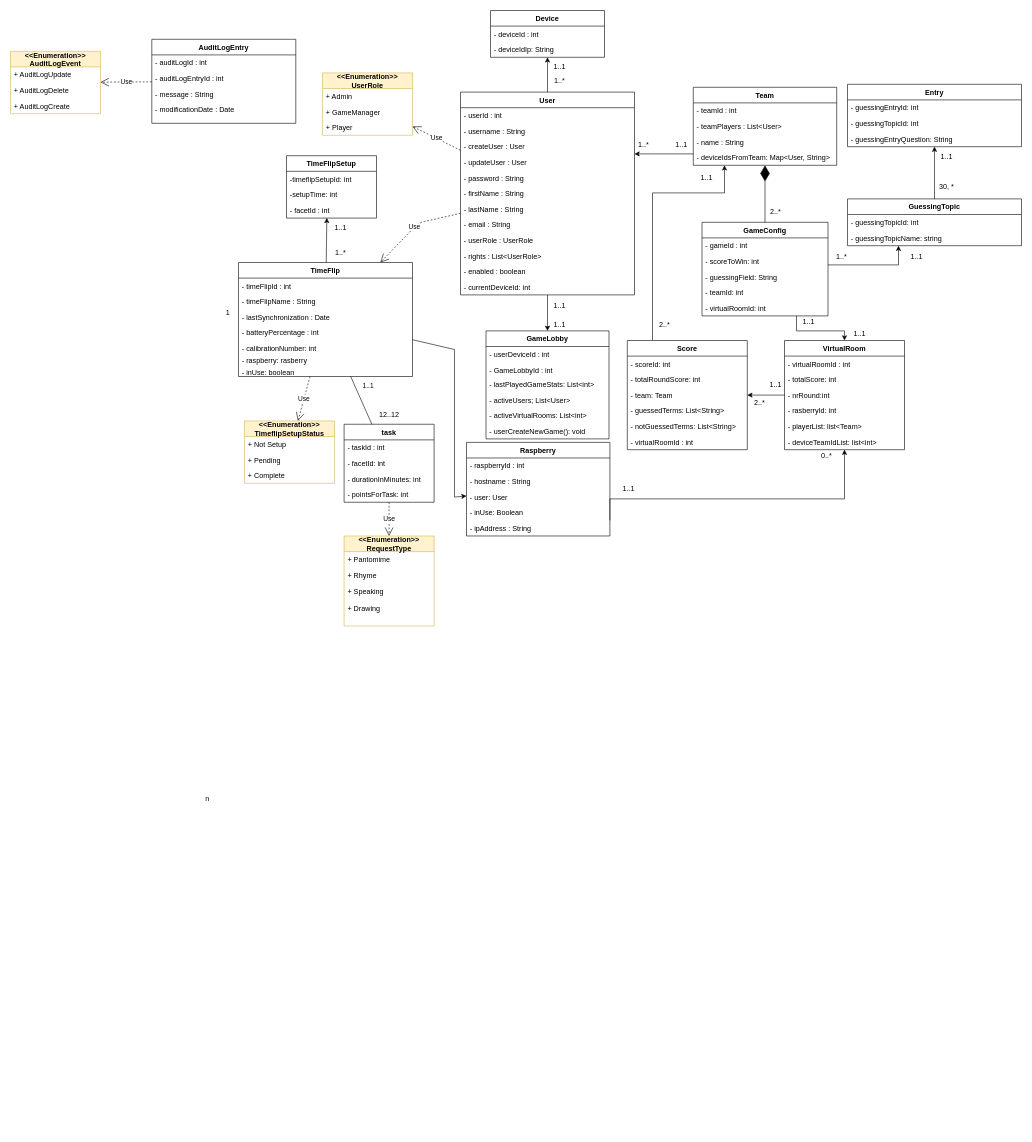
Before: documents/softwarekonzept/ClassDiagram/classDiagramF.drawio in merasz/softwareEngineeringProject, a draw.io diagram. Source tidied: cells renumbered, new cells numbered last; positions are measured from the earlier drawing's top-left corner, leaving out a move shared by most shapes. Both pictures are drawn from the tidied source at 60%, with x=0, y=0 at pixel (10, 10).
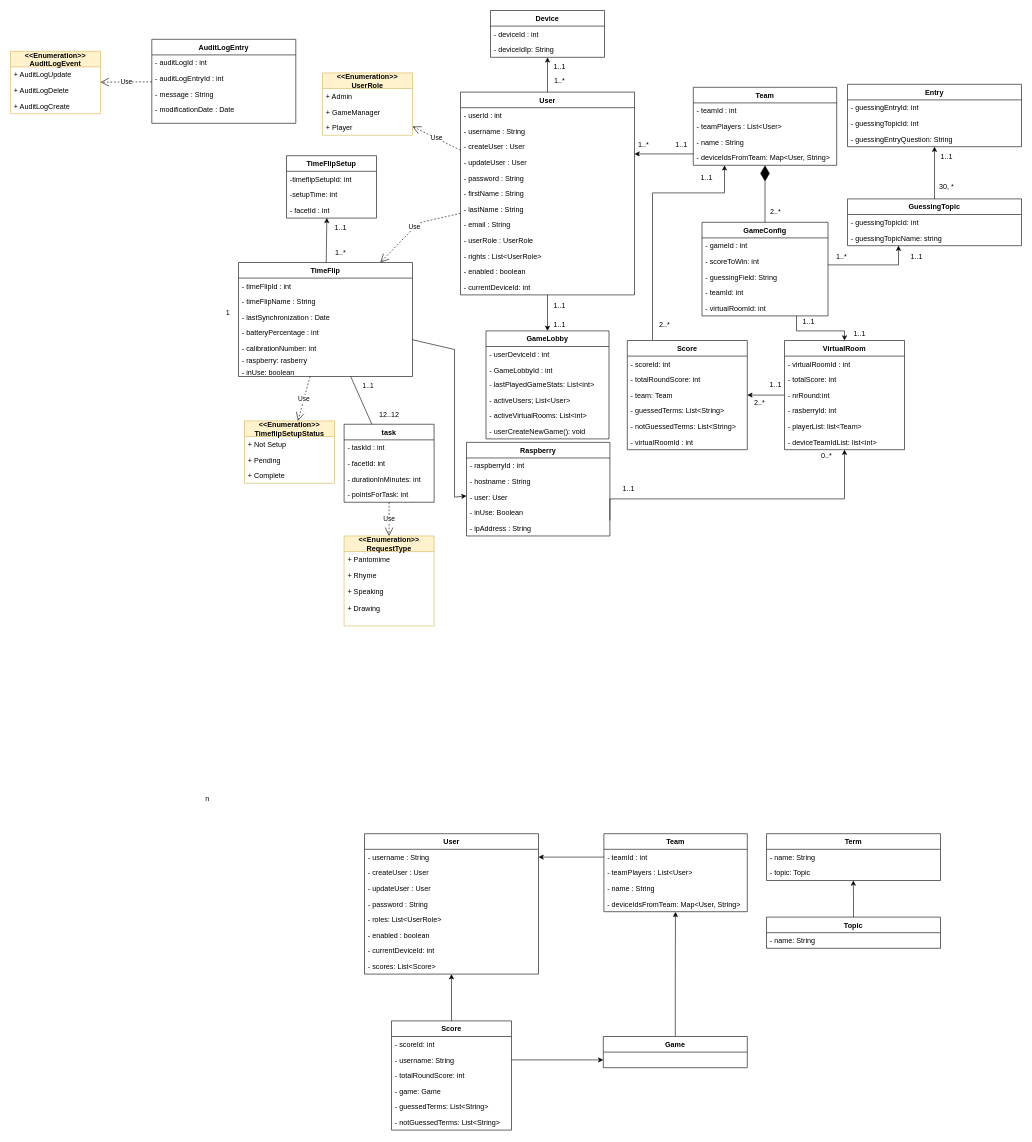
The same page after the edit.

Commit message (it also covers changes not shown here):
Logic: game stats

Change to the diagram source:
```diff
@@
+    <mxCell id="143" value="User" style="swimlane;fontStyle=1;align=center;verticalAlign=top;horizontal=1;startSize=26;" parent="1" vertex="1">
+      <mxGeometry x="590" y="1372" width="290" height="234" as="geometry" />
+    </mxCell>
+    <mxCell id="144" value="- username : String " style="text;strokeColor=none;fillColor=none;align=left;verticalAlign=top;spacingLeft=4;spacingRight=4;overflow=hidden;points=[[0,0.5],[1,0.5]];portConstraint=eastwest;" parent="143" vertex="1">
+      <mxGeometry y="26" width="290" height="26" as="geometry" />
+    </mxCell>
+    <mxCell id="145" value="- createUser : User" style="text;strokeColor=none;fillColor=none;align=left;verticalAlign=top;spacingLeft=4;spacingRight=4;overflow=hidden;" parent="143" vertex="1">
+      <mxGeometry y="52" width="290" height="26" as="geometry" />
+    </mxCell>
+    <mxCell id="146" value="- updateUser : User" style="text;strokeColor=none;fillColor=none;align=left;verticalAlign=top;spacingLeft=4;spacingRight=4;overflow=hidden;" parent="143" vertex="1">
+      <mxGeometry y="78" width="290" height="26" as="geometry" />
+    </mxCell>
+    <mxCell id="147" value="- password : String" style="text;strokeColor=none;fillColor=none;align=left;verticalAlign=top;spacingLeft=4;spacingRight=4;overflow=hidden;" parent="143" vertex="1">
+      <mxGeometry y="104" width="290" height="26" as="geometry" />
+    </mxCell>
+    <mxCell id="148" value="- roles: List&lt;UserRole&gt;" style="text;strokeColor=none;fillColor=none;align=left;verticalAlign=top;spacingLeft=4;spacingRight=4;overflow=hidden;" parent="143" vertex="1">
+      <mxGeometry y="130" width="290" height="26" as="geometry" />
+    </mxCell>
+    <mxCell id="149" value="- enabled : boolean" style="text;strokeColor=none;fillColor=none;align=left;verticalAlign=top;spacingLeft=4;spacingRight=4;overflow=hidden;" parent="143" vertex="1">
+      <mxGeometry y="156" width="290" height="26" as="geometry" />
+    </mxCell>
+    <mxCell id="150" value="- currentDeviceId: int" style="text;strokeColor=none;fillColor=none;align=left;verticalAlign=top;spacingLeft=4;spacingRight=4;overflow=hidden;" parent="143" vertex="1">
+      <mxGeometry y="182" width="290" height="26" as="geometry" />
+    </mxCell>
+    <mxCell id="151" value="- scores: List&lt;Score&gt;" style="text;strokeColor=none;fillColor=none;align=left;verticalAlign=top;spacingLeft=4;spacingRight=4;overflow=hidden;points=[[0,0.5],[1,0.5]];portConstraint=eastwest;" parent="143" vertex="1">
+      <mxGeometry y="208" width="290" height="26" as="geometry" />
+    </mxCell>
+    <mxCell id="152" value="Score" style="swimlane;fontStyle=1;align=center;verticalAlign=top;horizontal=1;startSize=26;" parent="1" vertex="1">
+      <mxGeometry x="635" y="1684" width="200" height="182" as="geometry" />
+    </mxCell>
+    <mxCell id="153" value="- scoreId: int" style="text;strokeColor=none;fillColor=none;align=left;verticalAlign=top;spacingLeft=4;spacingRight=4;overflow=hidden;" parent="152" vertex="1">
+      <mxGeometry y="26" width="200" height="26" as="geometry" />
+    </mxCell>
+    <mxCell id="154" value="- username: String" style="text;strokeColor=none;fillColor=none;align=left;verticalAlign=top;spacingLeft=4;spacingRight=4;overflow=hidden;points=[[0,0.5],[1,0.5]];portConstraint=eastwest;" parent="152" vertex="1">
+      <mxGeometry y="52" width="200" height="26" as="geometry" />
+    </mxCell>
+    <mxCell id="155" value="- totalRoundScore: int" style="text;strokeColor=none;fillColor=none;align=left;verticalAlign=top;spacingLeft=4;spacingRight=4;overflow=hidden;" parent="152" vertex="1">
+      <mxGeometry y="78" width="200" height="26" as="geometry" />
+    </mxCell>
+    <mxCell id="156" value="- game: Game" style="text;strokeColor=none;fillColor=none;align=left;verticalAlign=top;spacingLeft=4;spacingRight=4;overflow=hidden;" parent="152" vertex="1">
+      <mxGeometry y="104" width="200" height="26" as="geometry" />
+    </mxCell>
+    <mxCell id="157" value="- guessedTerms: List&lt;String&gt;" style="text;strokeColor=none;fillColor=none;align=left;verticalAlign=top;spacingLeft=4;spacingRight=4;overflow=hidden;" parent="152" vertex="1">
+      <mxGeometry y="130" width="200" height="26" as="geometry" />
+    </mxCell>
+    <mxCell id="158" value="- notGuessedTerms: List&lt;String&gt;" style="text;strokeColor=none;fillColor=none;align=left;verticalAlign=top;spacingLeft=4;spacingRight=4;overflow=hidden;" parent="152" vertex="1">
+      <mxGeometry y="156" width="200" height="26" as="geometry" />
+    </mxCell>
+    <mxCell id="159" style="edgeStyle=orthogonalEdgeStyle;rounded=0;jettySize=auto;html=1;entryX=0.499;entryY=1.014;entryDx=0;entryDy=0;entryPerimeter=0;" parent="1" edge="1" source="160" target="165">
+      <mxGeometry relative="1" as="geometry" />
+    </mxCell>
+    <mxCell id="160" value="Game" style="swimlane;fontStyle=1;align=center;verticalAlign=top;horizontal=1;startSize=26;" parent="1" vertex="1">
+      <mxGeometry x="988" y="1710" width="240" height="52" as="geometry" />
+    </mxCell>
+    <mxCell id="161" value="Team" style="swimlane;fontStyle=1;align=center;verticalAlign=top;horizontal=1;startSize=26;" parent="1" vertex="1">
+      <mxGeometry x="989" y="1372" width="239" height="130" as="geometry" />
+    </mxCell>
+    <mxCell id="162" value="- teamId : int" style="text;strokeColor=none;fillColor=none;align=left;verticalAlign=top;spacingLeft=4;spacingRight=4;overflow=hidden;points=[[0,0.5],[1,0.5]];portConstraint=eastwest;" parent="161" vertex="1">
+      <mxGeometry y="26" width="239" height="26" as="geometry" />
+    </mxCell>
+    <mxCell id="163" value="- teamPlayers : List&lt;User&gt;   " style="text;strokeColor=none;fillColor=none;align=left;verticalAlign=top;spacingLeft=4;spacingRight=4;overflow=hidden;" parent="161" vertex="1">
+      <mxGeometry y="52" width="239" height="26" as="geometry" />
+    </mxCell>
+    <mxCell id="164" value="- name : String" style="text;strokeColor=none;fillColor=none;align=left;verticalAlign=top;spacingLeft=4;spacingRight=4;overflow=hidden;" parent="161" vertex="1">
+      <mxGeometry y="78" width="239" height="26" as="geometry" />
+    </mxCell>
+    <mxCell id="165" value="- deviceIdsFromTeam: Map&lt;User, String&gt;" style="text;strokeColor=none;fillColor=none;align=left;verticalAlign=top;spacingLeft=4;spacingRight=4;overflow=hidden;points=[[0,0.5],[1,0.5]];portConstraint=eastwest;" parent="161" vertex="1">
+      <mxGeometry y="104" width="239" height="26" as="geometry" />
+    </mxCell>
+    <mxCell id="166" style="edgeStyle=orthogonalEdgeStyle;rounded=0;jettySize=auto;html=1;exitX=0.5;exitY=0;exitDx=0;exitDy=0;entryX=0.499;entryY=1;entryDx=0;entryDy=0;entryPerimeter=0;" parent="1" edge="1" source="167" target="171">
+      <mxGeometry relative="1" as="geometry" />
+    </mxCell>
+    <mxCell id="167" value="Topic" style="swimlane;fontStyle=1;align=center;verticalAlign=top;horizontal=1;startSize=26;" parent="1" vertex="1">
+      <mxGeometry x="1260" y="1511" width="290" height="52" as="geometry" />
+    </mxCell>
+    <mxCell id="168" value="- name: String" style="text;strokeColor=none;fillColor=none;align=left;verticalAlign=top;spacingLeft=4;spacingRight=4;overflow=hidden;" parent="167" vertex="1">
+      <mxGeometry y="26" width="290" height="26" as="geometry" />
+    </mxCell>
+    <mxCell id="169" value="Term" style="swimlane;fontStyle=1;align=center;verticalAlign=top;horizontal=1;startSize=26;" parent="1" vertex="1">
+      <mxGeometry x="1260" y="1372" width="290" height="78" as="geometry" />
+    </mxCell>
+    <mxCell id="170" value="- name: String" style="text;strokeColor=none;fillColor=none;align=left;verticalAlign=top;spacingLeft=4;spacingRight=4;overflow=hidden;" parent="169" vertex="1">
+      <mxGeometry y="26" width="290" height="26" as="geometry" />
+    </mxCell>
+    <mxCell id="171" value="- topic: Topic" style="text;strokeColor=none;fillColor=none;align=left;verticalAlign=top;spacingLeft=4;spacingRight=4;overflow=hidden;points=[[0,0.5],[1,0.5]];portConstraint=eastwest;" parent="169" vertex="1">
+      <mxGeometry y="52" width="290" height="26" as="geometry" />
+    </mxCell>
+    <mxCell id="172" style="edgeStyle=orthogonalEdgeStyle;rounded=0;jettySize=auto;html=1;exitX=0;exitY=0.5;exitDx=0;exitDy=0;entryX=1;entryY=0.5;entryDx=0;entryDy=0;" parent="1" edge="1" source="162" target="144">
+      <mxGeometry relative="1" as="geometry" />
+    </mxCell>
+    <mxCell id="173" style="endArrow=classic;html=1;exitX=0.5;exitY=0;exitDx=0;exitDy=0;" parent="1" edge="1" source="152" target="151">
+      <mxGeometry relative="1" as="geometry" />
+    </mxCell>
+    <mxCell id="174" style="edgeStyle=orthogonalEdgeStyle;rounded=0;jettySize=auto;html=1;entryX=0;entryY=0.75;entryDx=0;entryDy=0;" parent="1" edge="1" source="154" target="160">
+      <mxGeometry relative="1" as="geometry" />
+    </mxCell>
```
